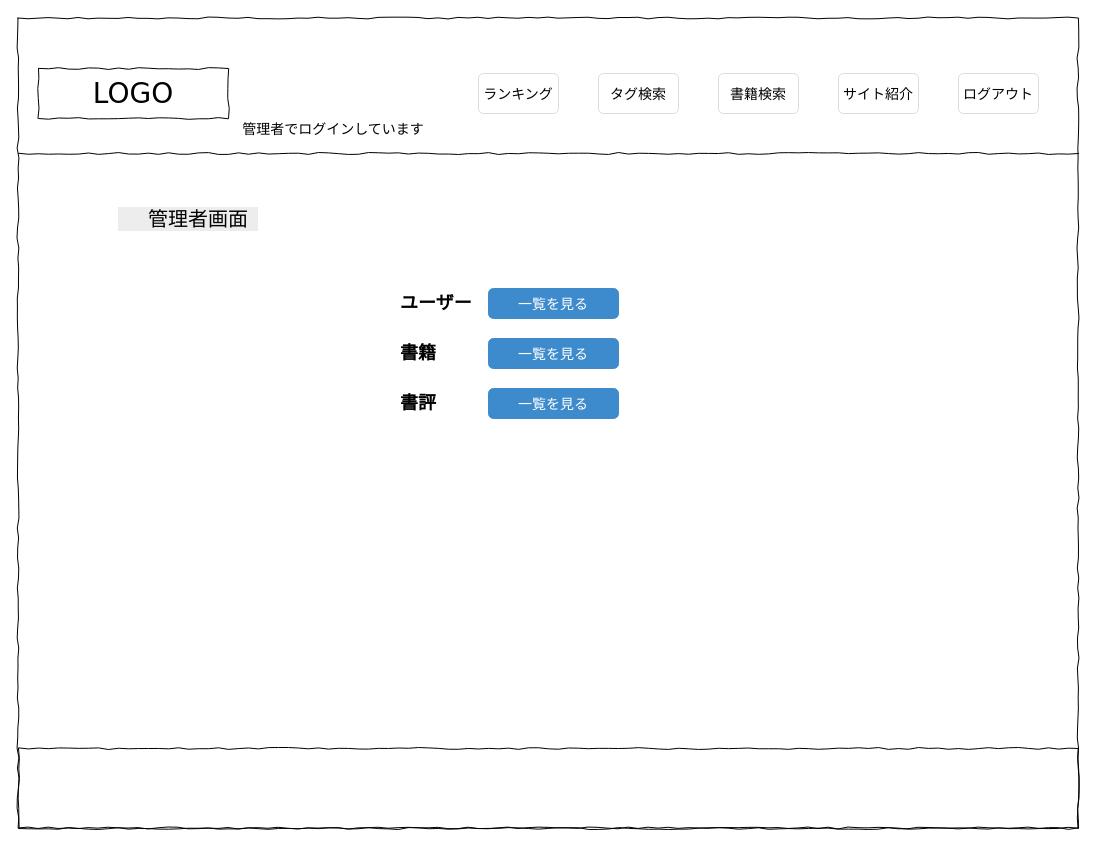
Before: page "管理者画面" (2 of 12) of wire_TechnicalBookReviewers_admin.drawio in MitsuruYako/TechnicalBookReviewers, a draw.io diagram. Source tidied: cells renumbered, new cells numbered last; positions are measured from the earlier drawing's top-left corner, leaving out a move shared by most shapes. Both pictures are drawn from the tidied source at 100%, with x=0, y=0 at pixel (18, 18).
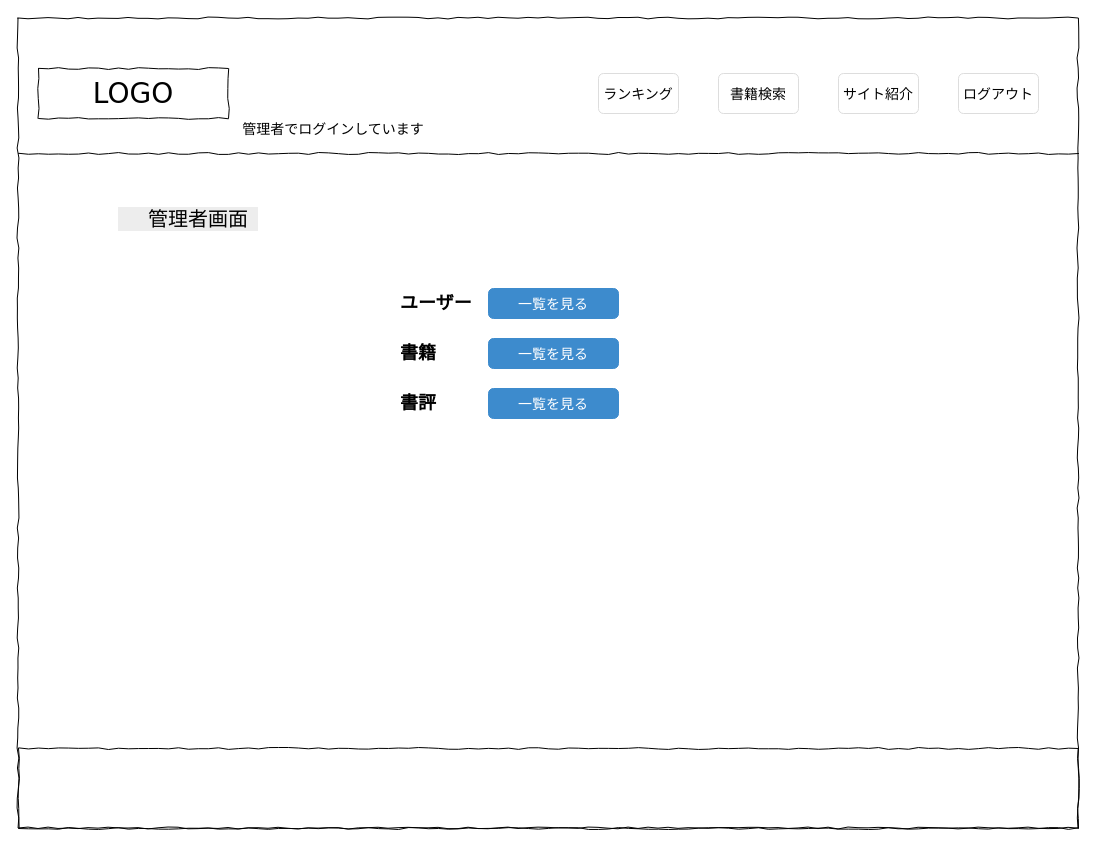
The same page after the edit.

What changed in the source:
```diff
@@
 <mxGraphModel>
   <root>
     <mxCell id="0" />
     <mxCell id="1" parent="0" />
     <mxCell id="2" style="whiteSpace=wrap;html=1;rounded=0;shadow=0;labelBackgroundColor=none;strokeColor=#000000;strokeWidth=1;fillColor=none;fontFamily=Verdana;fontSize=12;fontColor=#000000;align=center;comic=1;" parent="1" vertex="1">
       <mxGeometry x="-0.5" y="-0.5" width="1060" height="810" as="geometry" />
     </mxCell>
     <mxCell id="3" value="LOGO" style="whiteSpace=wrap;html=1;rounded=0;shadow=0;labelBackgroundColor=none;strokeColor=#000000;strokeWidth=1;fillColor=#ffffff;fontFamily=Verdana;fontSize=28;fontColor=#000000;align=center;comic=1;" parent="1" vertex="1">
       <mxGeometry x="20" y="50" width="190" height="50" as="geometry" />
     </mxCell>
     <mxCell id="4" style="line;strokeWidth=1;html=1;rounded=0;shadow=0;labelBackgroundColor=none;fillColor=none;fontFamily=Verdana;fontSize=14;fontColor=#000000;align=center;comic=1;" parent="1" vertex="1">
       <mxGeometry y="130" width="1060" height="10" as="geometry" />
     </mxCell>
     <mxCell id="5" style="whiteSpace=wrap;html=1;rounded=0;shadow=0;labelBackgroundColor=none;strokeColor=#000000;strokeWidth=1;fillColor=none;fontFamily=Verdana;fontSize=12;fontColor=#000000;align=center;comic=1;" parent="1" vertex="1">
       <mxGeometry y="730" width="1060" height="80" as="geometry" />
     </mxCell>
     <mxCell id="6" value="&lt;font style=&quot;font-size: 14px&quot;&gt;ログアウト&lt;/font&gt;" style="html=1;shadow=0;dashed=0;shape=mxgraph.bootstrap.rrect;rSize=5;strokeColor=#dddddd;align=center;fontSize=16;whiteSpace=wrap;fillColor=#FFFFFF;" parent="1" vertex="1">
       <mxGeometry x="940" y="55" width="80" height="40" as="geometry" />
     </mxCell>
     <mxCell id="7" value="&lt;span style=&quot;font-size: 14px&quot;&gt;サイト紹介&lt;/span&gt;" style="html=1;shadow=0;dashed=0;shape=mxgraph.bootstrap.rrect;rSize=5;strokeColor=#dddddd;align=center;fontSize=16;whiteSpace=wrap;fillColor=#FFFFFF;" parent="1" vertex="1">
       <mxGeometry x="820" y="55" width="80" height="40" as="geometry" />
     </mxCell>
     <mxCell id="8" value="&lt;span style=&quot;font-size: 14px&quot;&gt;書籍検索&lt;/span&gt;" style="html=1;shadow=0;dashed=0;shape=mxgraph.bootstrap.rrect;rSize=5;strokeColor=#dddddd;align=center;fontSize=16;whiteSpace=wrap;fillColor=#FFFFFF;" parent="1" vertex="1">
       <mxGeometry x="700" y="55" width="80" height="40" as="geometry" />
     </mxCell>
-    <mxCell id="9" value="&lt;span style=&quot;font-size: 14px&quot;&gt;タグ検索&lt;/span&gt;" style="html=1;shadow=0;dashed=0;shape=mxgraph.bootstrap.rrect;rSize=5;strokeColor=#dddddd;align=center;fontSize=16;whiteSpace=wrap;fillColor=#FFFFFF;" parent="1" vertex="1">
+    <mxCell id="9" value="&lt;span style=&quot;font-size: 14px&quot;&gt;ランキング&lt;/span&gt;" style="html=1;shadow=0;dashed=0;shape=mxgraph.bootstrap.rrect;rSize=5;strokeColor=#dddddd;align=center;fontSize=16;whiteSpace=wrap;fillColor=#FFFFFF;" parent="1" vertex="1">
       <mxGeometry x="580" y="55" width="80" height="40" as="geometry" />
     </mxCell>
-    <mxCell id="10" value="&lt;span style=&quot;font-size: 14px&quot;&gt;ランキング&lt;/span&gt;" style="html=1;shadow=0;dashed=0;shape=mxgraph.bootstrap.rrect;rSize=5;strokeColor=#dddddd;align=center;fontSize=16;whiteSpace=wrap;fillColor=#FFFFFF;" parent="1" vertex="1">
-      <mxGeometry x="460" y="55" width="80" height="40" as="geometry" />
-    </mxCell>
     <mxCell id="11" value="　管理者画面　" style="text;html=1;strokeColor=none;fillColor=none;align=center;verticalAlign=middle;whiteSpace=wrap;rounded=0;labelBackgroundColor=#EDEDED;fontSize=20;" parent="1" vertex="1">
       <mxGeometry x="60" y="190" width="220" height="20" as="geometry" />
     </mxCell>
     <mxCell id="12" value="&lt;span style=&quot;font-size: 18px&quot;&gt;書評&lt;/span&gt;" style="text;html=1;strokeColor=none;fillColor=none;align=left;verticalAlign=middle;whiteSpace=wrap;rounded=0;fontStyle=1;" parent="1" vertex="1">
       <mxGeometry x="380" y="375" width="100" height="20" as="geometry" />
     </mxCell>
     <mxCell id="13" value="&lt;span style=&quot;font-size: 18px&quot;&gt;書籍&lt;/span&gt;" style="text;html=1;strokeColor=none;fillColor=none;align=left;verticalAlign=middle;whiteSpace=wrap;rounded=0;fontStyle=1;" parent="1" vertex="1">
       <mxGeometry x="380" y="325" width="100" height="20" as="geometry" />
     </mxCell>
     <mxCell id="14" value="&lt;font style=&quot;font-size: 14px&quot;&gt;一覧を見る&lt;/font&gt;" style="html=1;shadow=0;dashed=0;shape=mxgraph.bootstrap.rrect;rSize=5;fillColor=#3D8BCD;align=center;strokeColor=#3D8BCD;fontColor=#ffffff;fontSize=16;whiteSpace=wrap;" parent="1" vertex="1">
       <mxGeometry x="470" y="320" width="130" height="30" as="geometry" />
     </mxCell>
     <mxCell id="15" value="&lt;font style=&quot;font-size: 14px&quot;&gt;一覧を見る&lt;/font&gt;" style="html=1;shadow=0;dashed=0;shape=mxgraph.bootstrap.rrect;rSize=5;fillColor=#3D8BCD;align=center;strokeColor=#3D8BCD;fontColor=#ffffff;fontSize=16;whiteSpace=wrap;" parent="1" vertex="1">
       <mxGeometry x="470" y="370" width="130" height="30" as="geometry" />
     </mxCell>
     <mxCell id="16" value="&lt;span style=&quot;font-size: 18px&quot;&gt;ユーザー&lt;/span&gt;" style="text;html=1;strokeColor=none;fillColor=none;align=left;verticalAlign=middle;whiteSpace=wrap;rounded=0;fontStyle=1;" parent="1" vertex="1">
       <mxGeometry x="380" y="275" width="100" height="20" as="geometry" />
     </mxCell>
     <mxCell id="17" value="&lt;font style=&quot;font-size: 14px&quot;&gt;一覧を見る&lt;/font&gt;" style="html=1;shadow=0;dashed=0;shape=mxgraph.bootstrap.rrect;rSize=5;fillColor=#3D8BCD;align=center;strokeColor=#3D8BCD;fontColor=#ffffff;fontSize=16;whiteSpace=wrap;" parent="1" vertex="1">
       <mxGeometry x="470" y="270" width="130" height="30" as="geometry" />
     </mxCell>
     <mxCell id="18" value="&lt;font style=&quot;font-size: 14px&quot;&gt;管理者でログインしています&lt;/font&gt;" style="html=1;shadow=0;dashed=0;shape=mxgraph.bootstrap.rrect;rSize=5;strokeColor=none;align=center;fontSize=16;whiteSpace=wrap;fillColor=none;" parent="1" vertex="1">
       <mxGeometry x="220" y="90" width="190" height="40" as="geometry" />
     </mxCell>
   </root>
 </mxGraphModel>
```
